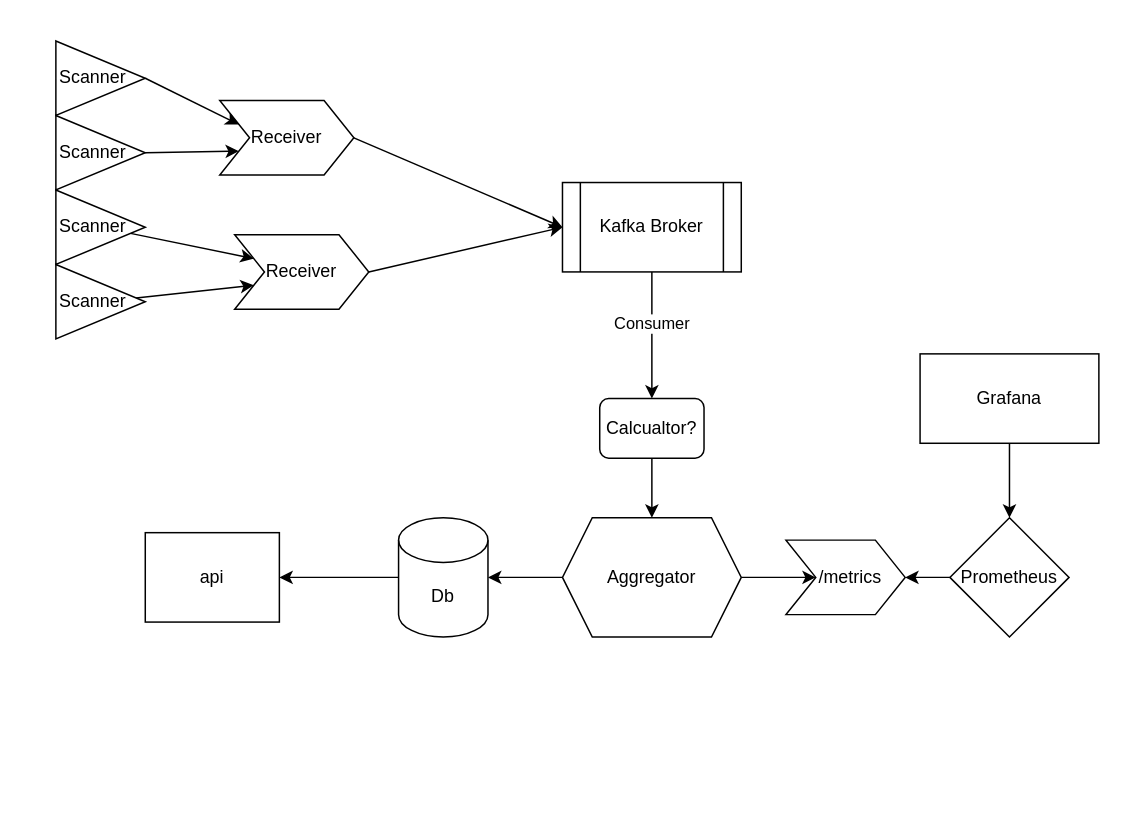
1michaelohayon/itemizer keeps this draw.io diagram as outline.dio. Above is the earlier version. Source tidied: cells renumbered, new cells numbered last; positions are measured from the earlier drawing's top-left corner, leaving out a move shared by most shapes. Both pictures are drawn from the tidied source at 149%, with x=0, y=0 at pixel (55, 40).
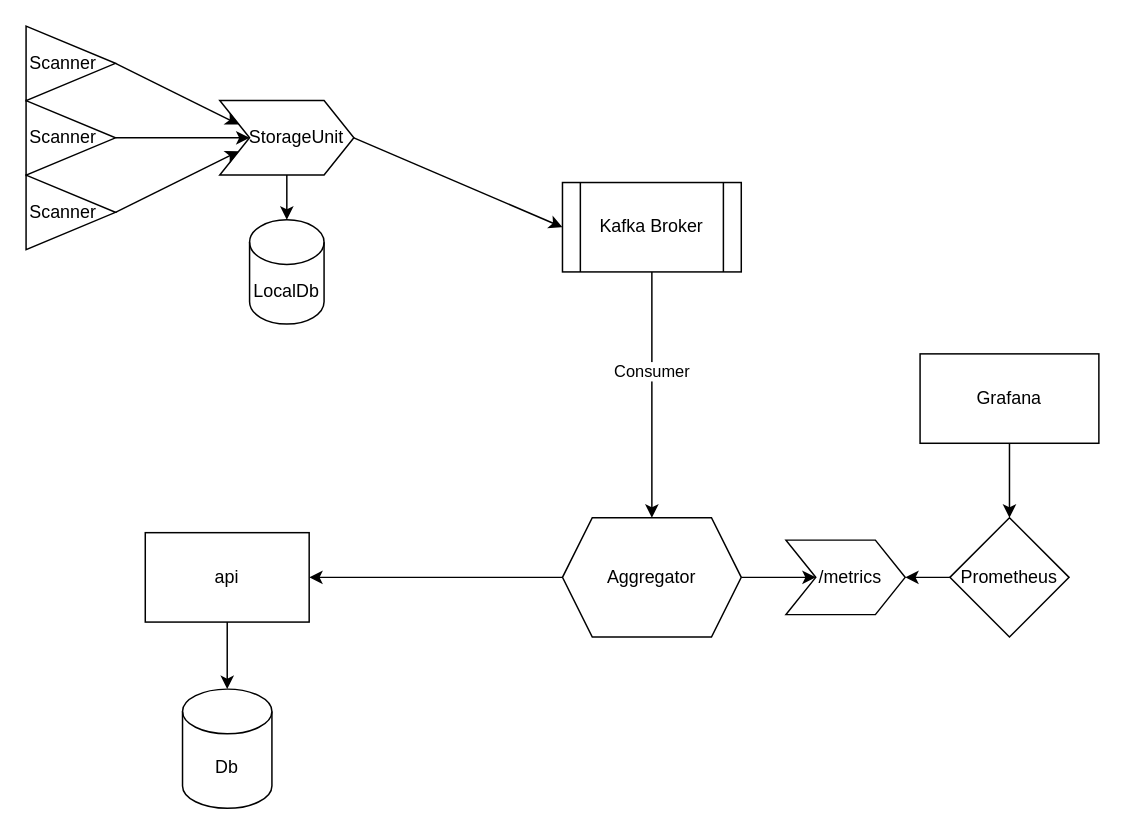
The same page after the edit.

The change refers to these unchanged cells:
```xml
<mxCell id="6" value="Kafka Broker" style="shape=process;whiteSpace=wrap;html=1;backgroundOutline=1;" parent="1" vertex="1">
  <mxGeometry x="340" y="95" width="120" height="60" as="geometry" />
</mxCell>
<mxCell id="13" value="Aggregator" style="shape=hexagon;perimeter=hexagonPerimeter2;whiteSpace=wrap;html=1;fixedSize=1;" parent="1" vertex="1">
  <mxGeometry x="340" y="320" width="120" height="80" as="geometry" />
</mxCell>
<mxCell id="17" value="&amp;nbsp; /metrics" style="shape=step;perimeter=stepPerimeter;whiteSpace=wrap;html=1;fixedSize=1;" parent="1" vertex="1">
  <mxGeometry x="490" y="335" width="80" height="50" as="geometry" />
</mxCell>
<mxCell id="19" value="Prometheus" style="rhombus;whiteSpace=wrap;html=1;" parent="1" vertex="1">
  <mxGeometry x="600" y="320" width="80" height="80" as="geometry" />
</mxCell>
<mxCell id="21" value="Grafana" style="rounded=0;whiteSpace=wrap;html=1;" parent="1" vertex="1">
  <mxGeometry x="580" y="210" width="120" height="60" as="geometry" />
</mxCell>
```

The edit, as a diff of the source:
```diff
@@
-    <mxCell id="2" style="edgeStyle=none;html=1;exitX=1;exitY=0.5;exitDx=0;exitDy=0;entryX=0;entryY=0.5;entryDx=0;entryDy=0;" parent="1" edge="1" source="3" target="6">
+    <mxCell id="2" style="edgeStyle=none;html=1;exitX=1;exitY=0.5;exitDx=0;exitDy=0;entryX=0;entryY=0.5;entryDx=0;entryDy=0;fontStyle=1;" parent="1" edge="1" source="3" target="6">
       <mxGeometry relative="1" as="geometry" />
     </mxCell>
+    <mxCell id="30" style="edgeStyle=none;html=1;exitX=0.5;exitY=1;exitDx=0;exitDy=0;entryX=0.5;entryY=0;entryDx=0;entryDy=0;entryPerimeter=0;" parent="1" edge="1" source="3" target="34">
+      <mxGeometry relative="1" as="geometry" />
+    </mxCell>
-    <mxCell id="3" value="Receiver" style="shape=step;perimeter=stepPerimeter;whiteSpace=wrap;html=1;fixedSize=1;" parent="1" vertex="1">
+    <mxCell id="3" value="&amp;nbsp; &amp;nbsp; StorageUnit" style="shape=step;perimeter=stepPerimeter;whiteSpace=wrap;html=1;fixedSize=1;" parent="1" vertex="1">
       <mxGeometry x="110" y="40" width="90" height="50" as="geometry" />
     </mxCell>
-    <mxCell id="4" style="edgeStyle=none;html=1;exitX=0.5;exitY=1;exitDx=0;exitDy=0;" parent="1" edge="1" source="6">
-      <mxGeometry relative="1" as="geometry">
-        <mxPoint x="400" y="240" as="targetPoint" />
-      </mxGeometry>
+    <mxCell id="4" style="edgeStyle=none;html=1;exitX=0.5;exitY=1;exitDx=0;exitDy=0;fontStyle=1;entryX=0.5;entryY=0;entryDx=0;entryDy=0;" parent="1" edge="1" source="6" target="13">
+      <mxGeometry relative="1" as="geometry" />
     </mxCell>
@@
-    <mxCell id="7" style="edgeStyle=none;html=1;exitX=1;exitY=0.5;exitDx=0;exitDy=0;" parent="1" edge="1" source="8">
-      <mxGeometry relative="1" as="geometry">
-        <mxPoint x="340" y="125" as="targetPoint" />
-      </mxGeometry>
-    </mxCell>
-    <mxCell id="8" value="Receiver" style="shape=step;perimeter=stepPerimeter;whiteSpace=wrap;html=1;fixedSize=1;" parent="1" vertex="1">
-      <mxGeometry x="120" y="130" width="90" height="50" as="geometry" />
-    </mxCell>
-    <mxCell id="9" style="edgeStyle=none;html=1;exitX=0;exitY=0.5;exitDx=0;exitDy=0;exitPerimeter=0;entryX=1;entryY=0.5;entryDx=0;entryDy=0;" parent="1" edge="1" source="10" target="16">
-      <mxGeometry relative="1" as="geometry" />
-    </mxCell>
     <mxCell id="10" value="Db&lt;br&gt;" style="shape=cylinder3;whiteSpace=wrap;html=1;boundedLbl=1;backgroundOutline=1;size=15;" parent="1" vertex="1">
-      <mxGeometry x="230" y="320" width="60" height="80" as="geometry" />
+      <mxGeometry x="85" y="435" width="60" height="80" as="geometry" />
     </mxCell>
-    <mxCell id="11" style="edgeStyle=none;html=1;exitX=0;exitY=0.5;exitDx=0;exitDy=0;entryX=1;entryY=0.5;entryDx=0;entryDy=0;entryPerimeter=0;" parent="1" edge="1" source="13" target="10">
-      <mxGeometry relative="1" as="geometry" />
-    </mxCell>
-    <mxCell id="12" style="edgeStyle=none;html=1;exitX=1;exitY=0.5;exitDx=0;exitDy=0;entryX=0;entryY=0.5;entryDx=0;entryDy=0;" parent="1" edge="1" source="13" target="17">
+    <mxCell id="12" style="edgeStyle=none;html=1;exitX=1;exitY=0.5;exitDx=0;exitDy=0;entryX=0;entryY=0.5;entryDx=0;entryDy=0;fontStyle=1;" parent="1" edge="1" source="13" target="17">
       <mxGeometry relative="1" as="geometry" />
     </mxCell>
+    <mxCell id="31" style="edgeStyle=none;html=1;exitX=0;exitY=0.5;exitDx=0;exitDy=0;entryX=1;entryY=0.5;entryDx=0;entryDy=0;" parent="1" edge="1" source="13" target="16">
+      <mxGeometry relative="1" as="geometry" />
+    </mxCell>
@@
-    <mxCell id="14" style="edgeStyle=none;html=1;exitX=0.5;exitY=1;exitDx=0;exitDy=0;entryX=0.5;entryY=0;entryDx=0;entryDy=0;" parent="1" edge="1" source="15" target="13">
-      <mxGeometry relative="1" as="geometry" />
-    </mxCell>
-    <mxCell id="15" value="Calcualtor?" style="rounded=1;whiteSpace=wrap;html=1;" parent="1" vertex="1">
-      <mxGeometry x="365" y="240" width="70" height="40" as="geometry" />
-    </mxCell>
+    <mxCell id="32" style="edgeStyle=none;html=1;exitX=0.5;exitY=1;exitDx=0;exitDy=0;entryX=0.5;entryY=0;entryDx=0;entryDy=0;entryPerimeter=0;" parent="1" edge="1" source="16" target="10">
+      <mxGeometry relative="1" as="geometry" />
+    </mxCell>
     <mxCell id="16" value="api" style="rounded=0;whiteSpace=wrap;html=1;" parent="1" vertex="1">
-      <mxGeometry x="60" y="330" width="90" height="60" as="geometry" />
+      <mxGeometry x="60" y="330" width="110" height="60" as="geometry" />
     </mxCell>
@@
-    <mxCell id="18" style="edgeStyle=none;html=1;exitX=0;exitY=0.5;exitDx=0;exitDy=0;" parent="1" edge="1" source="19" target="17">
+    <mxCell id="18" style="edgeStyle=none;html=1;exitX=0;exitY=0.5;exitDx=0;exitDy=0;fontStyle=1;" parent="1" edge="1" source="19" target="17">
       <mxGeometry relative="1" as="geometry" />
     </mxCell>
@@
-    <mxCell id="20" style="edgeStyle=none;html=1;entryX=0.5;entryY=0;entryDx=0;entryDy=0;" parent="1" edge="1" source="21" target="19">
+    <mxCell id="20" style="edgeStyle=none;html=1;entryX=0.5;entryY=0;entryDx=0;entryDy=0;fontStyle=1;" parent="1" edge="1" source="21" target="19">
       <mxGeometry relative="1" as="geometry" />
     </mxCell>
@@
-    <mxCell id="22" style="edgeStyle=none;html=1;exitX=1;exitY=0.5;exitDx=0;exitDy=0;entryX=0;entryY=0.25;entryDx=0;entryDy=0;" parent="1" edge="1" source="23" target="3">
+    <mxCell id="22" style="edgeStyle=none;html=1;exitX=1;exitY=0.5;exitDx=0;exitDy=0;entryX=0;entryY=0.25;entryDx=0;entryDy=0;fontStyle=1;" parent="1" edge="1" source="23" target="3">
       <mxGeometry relative="1" as="geometry" />
     </mxCell>
     <mxCell id="23" value="Scanner&amp;nbsp; &amp;nbsp;" style="triangle;whiteSpace=wrap;html=1;" parent="1" vertex="1">
-      <mxGeometry width="60" height="50" as="geometry" />
+      <mxGeometry x="-20" y="-10" width="60" height="50" as="geometry" />
     </mxCell>
-    <mxCell id="24" style="edgeStyle=none;html=1;exitX=1;exitY=0.5;exitDx=0;exitDy=0;entryX=0;entryY=0.75;entryDx=0;entryDy=0;" parent="1" edge="1" source="25" target="3">
+    <mxCell id="24" style="edgeStyle=none;html=1;exitX=1;exitY=0.5;exitDx=0;exitDy=0;fontStyle=1;entryX=0;entryY=0.5;entryDx=0;entryDy=0;" parent="1" edge="1" source="25" target="3">
       <mxGeometry relative="1" as="geometry" />
     </mxCell>
     <mxCell id="25" value="Scanner&amp;nbsp; &amp;nbsp;" style="triangle;whiteSpace=wrap;html=1;" parent="1" vertex="1">
-      <mxGeometry y="50" width="60" height="50" as="geometry" />
+      <mxGeometry x="-20" y="40" width="60" height="50" as="geometry" />
     </mxCell>
-    <mxCell id="26" style="edgeStyle=none;html=1;entryX=0;entryY=0.25;entryDx=0;entryDy=0;" parent="1" edge="1" source="27" target="8">
-      <mxGeometry relative="1" as="geometry" />
-    </mxCell>
+    <mxCell id="33" style="edgeStyle=none;html=1;exitX=1;exitY=0.5;exitDx=0;exitDy=0;entryX=0;entryY=0.75;entryDx=0;entryDy=0;" parent="1" edge="1" source="27" target="3">
+      <mxGeometry relative="1" as="geometry" />
+    </mxCell>
     <mxCell id="27" value="Scanner&amp;nbsp; &amp;nbsp;" style="triangle;whiteSpace=wrap;html=1;" parent="1" vertex="1">
-      <mxGeometry y="100" width="60" height="50" as="geometry" />
+      <mxGeometry x="-20" y="90" width="60" height="50" as="geometry" />
     </mxCell>
-    <mxCell id="28" style="edgeStyle=none;html=1;entryX=0;entryY=0.75;entryDx=0;entryDy=0;" parent="1" edge="1" source="29" target="8">
-      <mxGeometry relative="1" as="geometry" />
-    </mxCell>
-    <mxCell id="29" value="Scanner&amp;nbsp; &amp;nbsp;" style="triangle;whiteSpace=wrap;html=1;" parent="1" vertex="1">
-      <mxGeometry y="150" width="60" height="50" as="geometry" />
-    </mxCell>
+    <mxCell id="34" value="LocalDb" style="shape=cylinder3;whiteSpace=wrap;html=1;boundedLbl=1;backgroundOutline=1;size=15;" parent="1" vertex="1">
+      <mxGeometry x="130" y="120" width="50" height="70" as="geometry" />
+    </mxCell>
```
